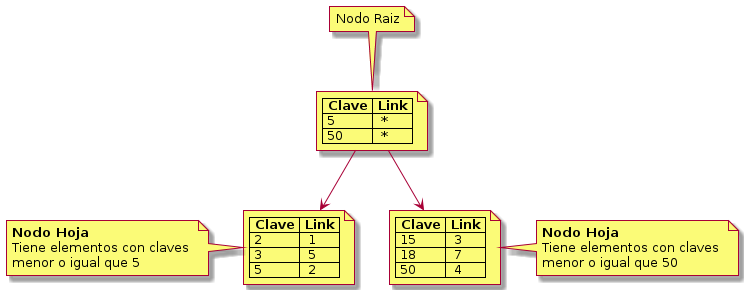
Earlier version of the PlantUML export clases/reinosa/img/btree-1.png (manu-utn/bitacora-gestion-de-datos).
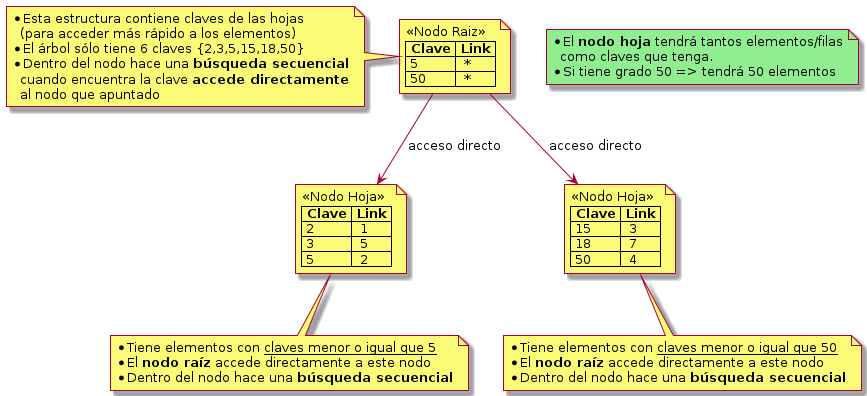
Above is the later version.

Change to the diagram source:
```diff
@@ -1,5 +1,7 @@
 @startuml
+
 note as nodoRaiz
+<<Nodo Raiz>>
 |= Clave |= Link |
 | 5  |  * |
 | 50 |  * |
@@ -7,6 +9,7 @@
 
 
 note as nodoHojaIzq
+<<Nodo Hoja>>
 |= Clave |= Link |
 | 2 |  1 |
 | 3 |  5 |
@@ -14,16 +17,49 @@
 end note
 
 note as nodoHojaDer
+<<Nodo Hoja>>
 |= Clave |= Link |
 | 15 |  3 |
 | 18 |  7 |
 | 50 |  4 |
 end note
 
-nodoRaiz-d->nodoHojaDer
-nodoRaiz-d->nodoHojaIzq
 
-note top of nodoRaiz : Nodo Raiz
-note left of nodoHojaIzq: **Nodo Hoja** \nTiene elementos con claves \nmenor o igual que 5
-note right of nodoHojaDer: **Nodo Hoja** \nTiene elementos con claves \nmenor o igual que 50
+
+note as N1
+* Tiene elementos con __claves menor o igual que 50__
+* El **nodo raíz** accede directamente a este nodo
+* Dentro del nodo hace una **búsqueda secuencial**
+end note
+
+note as N2
+* Tiene elementos con __claves menor o igual que 5__
+* El **nodo raíz** accede directamente a este nodo
+* Dentro del nodo hace una **búsqueda secuencial**
+end note
+
+
+note as N3 #lightgreen
+* El **nodo hoja** tendrá tantos elementos/filas
+  como claves que tenga.
+* Si tiene grado 50 => tendrá 50 elementos
+end note
+
+note as N4
+* Esta estructura contiene claves de las hojas
+  (para acceder más rápido a los elementos)
+* El árbol sólo tiene 6 claves {2,3,5,15,18,50}
+* Dentro del nodo hace una **búsqueda secuencial**
+  cuando encuentra la clave **accede directamente**
+  al nodo que apuntado
+end note
+
+
+nodoRaiz -down-> nodoHojaDer : acceso directo
+nodoRaiz -down-> nodoHojaIzq : acceso directo
+
+N1      .up.  nodoHojaDer
+N2      .up.   nodoHojaIzq
+N4      .right. nodoRaiz
+
 @enduml
```
